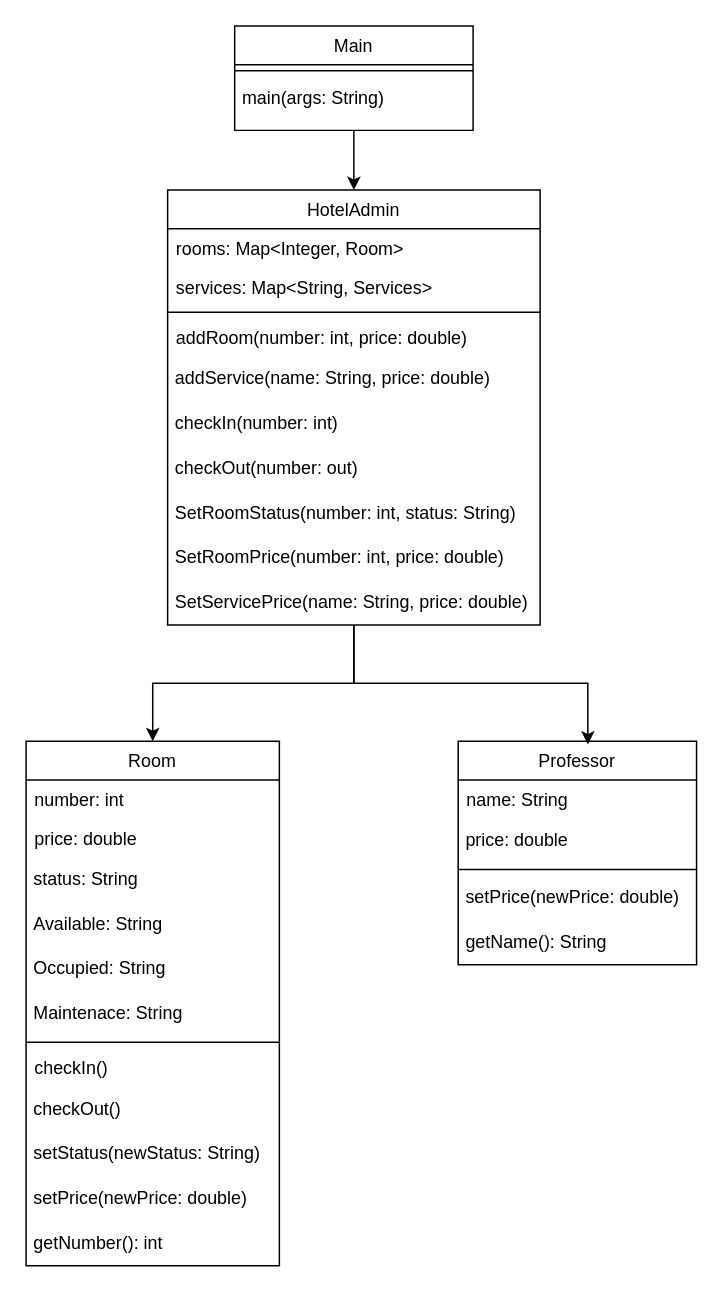
MichaelK0zin/task_senla keeps this draw.io diagram as task-3/4/hotel.drawio. Above is the earlier version. Source tidied: cells renumbered, new cells numbered last; positions are measured from the earlier drawing's top-left corner, leaving out a move shared by most shapes. Both pictures are drawn from the tidied source at 149%, with x=0, y=0 at pixel (25, 25).
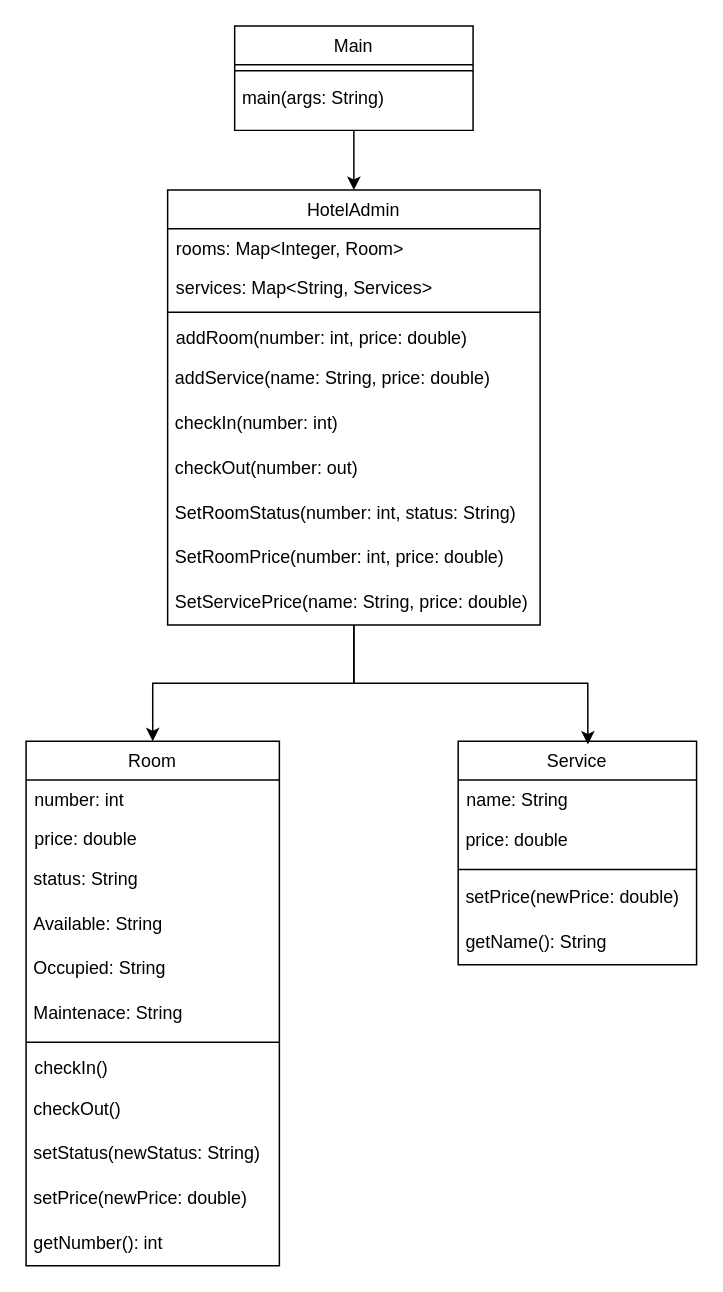
After the change.

Commit message (it also covers changes not shown here):
Исправил опечатку в диаграмме классов

Change to the diagram source:
```diff
@@
-    <mxCell id="26" value="Professor" style="swimlane;fontStyle=0;align=center;verticalAlign=top;horizontal=1;startSize=26;rounded=0;shadow=0;strokeWidth=1;" parent="1" vertex="1">
+    <mxCell id="26" value="Service" style="swimlane;fontStyle=0;align=center;verticalAlign=top;horizontal=1;startSize=26;rounded=0;shadow=0;strokeWidth=1;" parent="1" vertex="1">
       <mxGeometry x="290" y="480" width="160" height="150" as="geometry" />
     </mxCell>
```
